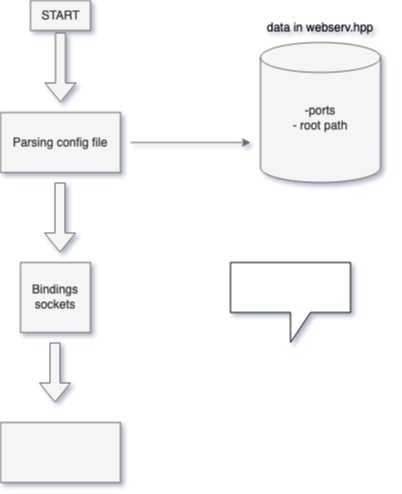
Before: Diagram Webserv.drawio.png, a diagram exported from draw.io (es4nchez/webserv). Source tidied: cells renumbered, new cells last; positions are measured from the earlier drawing's top-left corner, leaving out a move shared by most shapes.
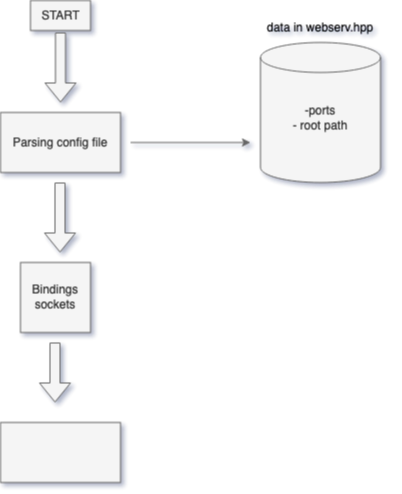
The same diagram one commit later.

Commit message:
Mettre à jour Diagram Webserv.drawio.png

Diff of the diagram source:
```diff
@@ -44,8 +44,5 @@
     <mxCell id="11" style="whiteSpace=wrap;html=1;fillColor=#f5f5f5;fontColor=#333333;strokeColor=#666666;" parent="1" vertex="1">
       <mxGeometry y="422" width="120" height="60" as="geometry" />
     </mxCell>
-    <mxCell id="12" style="shape=callout;whiteSpace=wrap;html=1;perimeter=calloutPerimeter;" parent="1" vertex="1">
-      <mxGeometry x="230" y="262" width="120" height="80" as="geometry" />
-    </mxCell>
   </root>
 </mxGraphModel>
```
